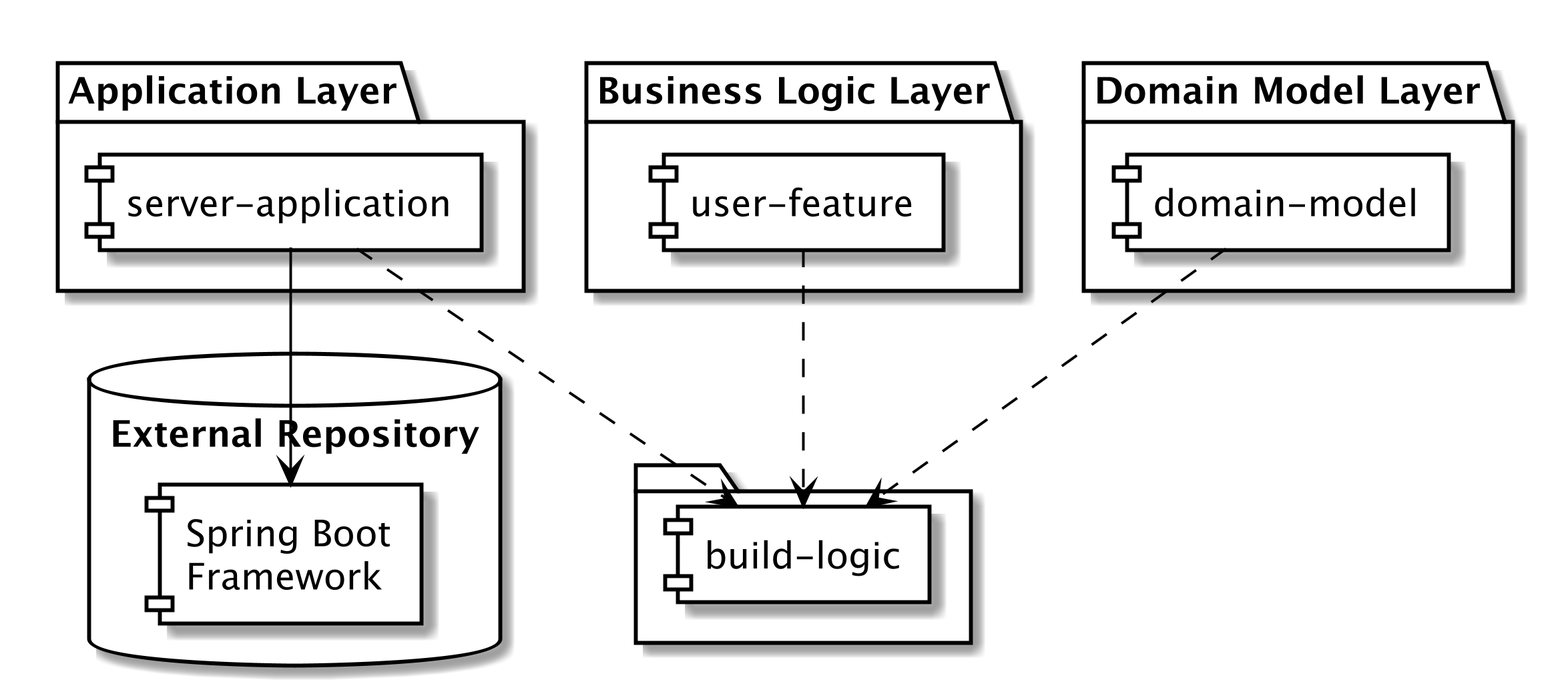
This is images/arch-component-10.png from jjohannes/joker-conf-2020, a PlantUML export, as it was before one commit. Its diagram source:
```plantuml
@startuml
scale 2400 width
skinparam monochrome true
skinparam component {
    BackgroundColor white
    BorderColor Black
	ArrowColor Black
}

database "External Repository" {
  [Spring Boot\nFramework] as SpringBoot
}

package "Application Layer" {
  [server-application]
}

package "Business Logic Layer" {
  [user-feature]
}

package "Domain Model Layer" {
  [domain-model]
}

[server-application] -down-> [SpringBoot]

folder {
   [build-logic]
}

[server-application] ..> [build-logic]
[user-feature] ..> [build-logic]
[domain-model] ..> [build-logic]
@enduml
```
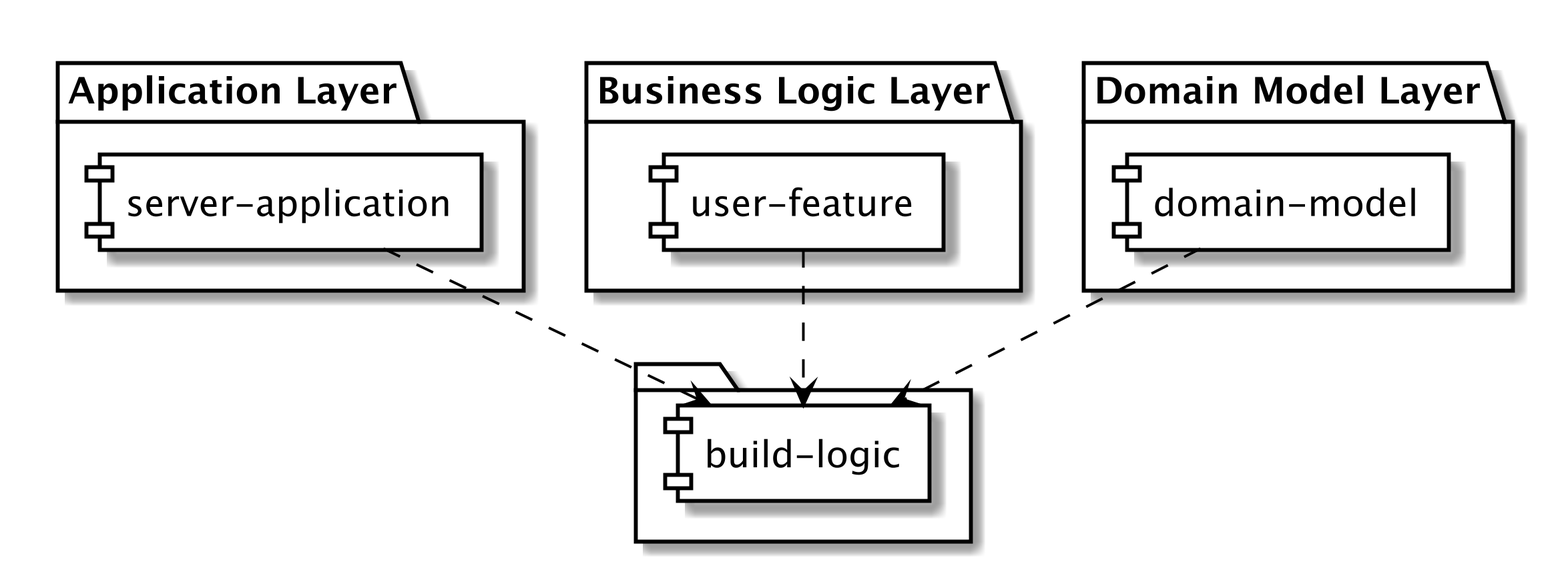
After the change.

Change to the diagram source:
```diff
@@ -5,10 +5,6 @@
     BackgroundColor white
     BorderColor Black
 	ArrowColor Black
-}
-
-database "External Repository" {
-  [Spring Boot\nFramework] as SpringBoot
 }
 
 package "Application Layer" {
@@ -23,8 +19,6 @@
   [domain-model]
 }
 
-[server-application] -down-> [SpringBoot]
-
 folder {
    [build-logic]
 }
```
